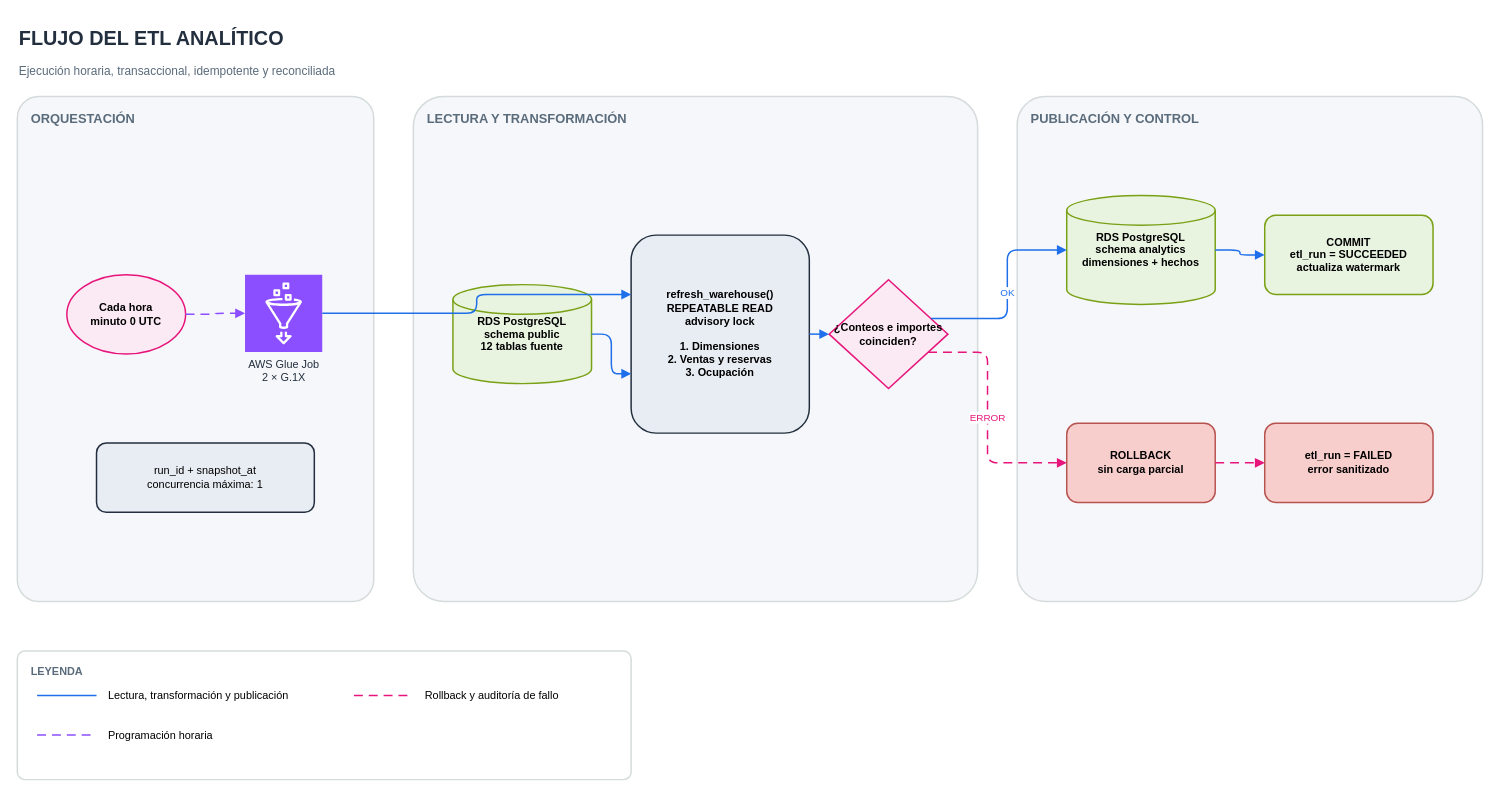
Earlier version of the draw.io diagram diagramas/flujo-etl.drawio (santiagogarzon-bld/bigdata-parcial-airline). Source tidied: cells renumbered, new cells numbered last; positions are measured from the earlier drawing's top-left corner, leaving out a move shared by most shapes. Both pictures are drawn from the tidied source at 99%, with x=0, y=0 at pixel (17, 17).
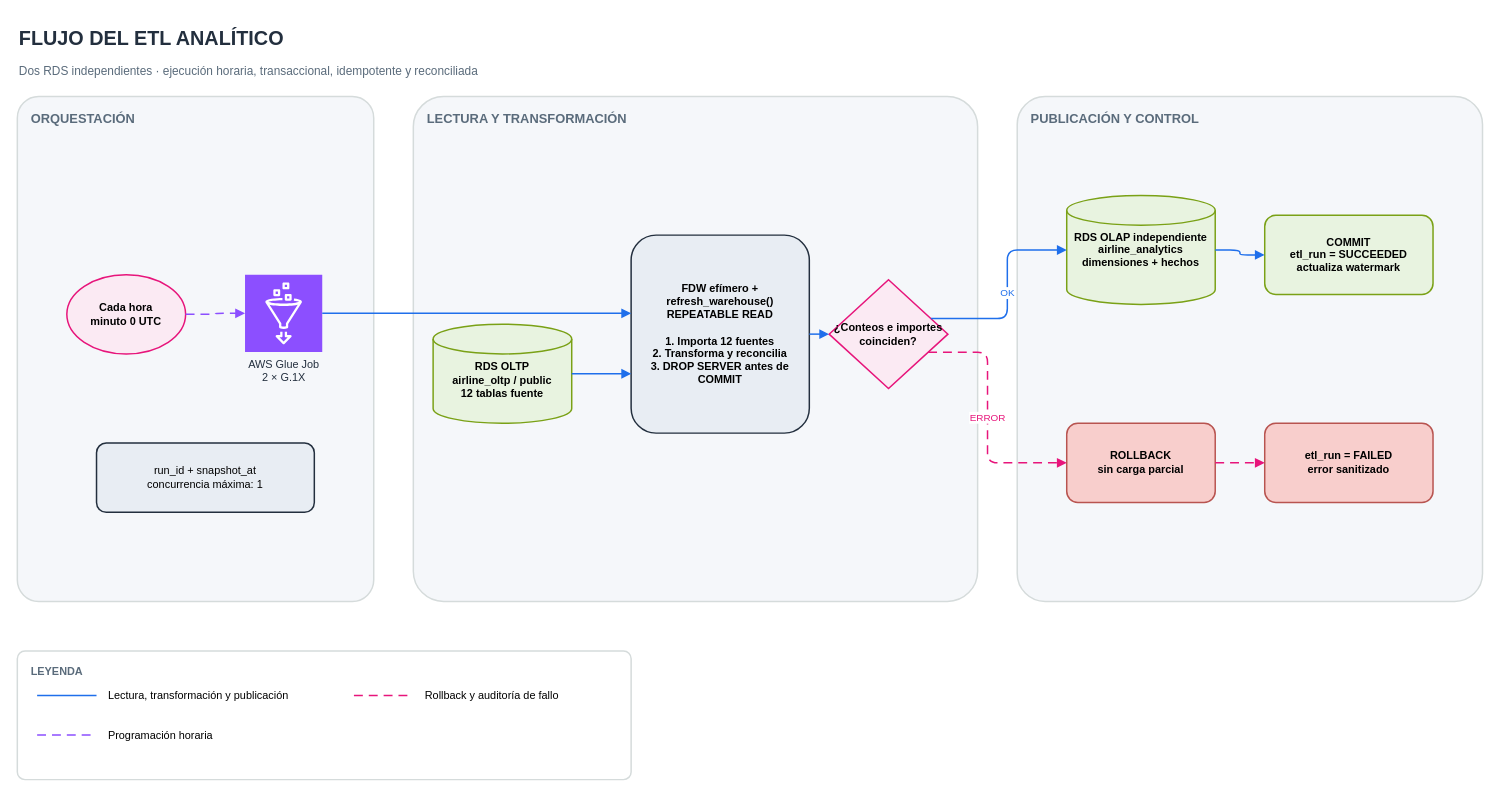
Above is the later version.

The change refers to these unchanged cells:
```xml
<mxCell id="6" value="AWS Glue Job&#10;2 × G.1X" style="sketch=0;points=[[0,0,0],[0.25,0,0],[0.5,0,0],[0.75,0,0],[1,0,0],[0,1,0],[0.25,1,0],[0.5,1,0],[0.75,1,0],[1,1,0],[0,0.25,0],[0,0.5,0],[0,0.75,0],[1,0.25,0],[1,0.5,0],[1,0.75,0]];outlineConnect=0;fontColor=#232F3E;fillColor=#8C4FFF;strokeColor=#ffffff;dashed=0;verticalLabelPosition=bottom;verticalAlign=top;align=center;html=1;fontFamily=Helvetica;fontSize=11;fontStyle=0;shape=mxgraph.aws4.resourceIcon;resIcon=mxgraph.aws4.glue;strokeWidth=1.5;" parent="4" vertex="1">
  <mxGeometry x="230" y="180" width="78" height="78" as="geometry" />
</mxCell>
<mxCell id="8" value="LECTURA Y TRANSFORMACIÓN" style="rounded=1;arcSize=6;whiteSpace=wrap;html=1;fillColor=#F5F7FA;strokeColor=#D5DBDB;verticalAlign=top;align=left;fontFamily=Helvetica;fontSize=13;fontStyle=1;fontColor=#5A6B7B;spacingLeft=12;spacingTop=8;strokeWidth=1.5;" parent="1" vertex="1">
  <mxGeometry x="400" y="80" width="570" height="510" as="geometry" />
</mxCell>
<mxCell id="12" value="PUBLICACIÓN Y CONTROL" style="rounded=1;arcSize=6;whiteSpace=wrap;html=1;fillColor=#F5F7FA;strokeColor=#D5DBDB;verticalAlign=top;align=left;fontFamily=Helvetica;fontSize=13;fontStyle=1;fontColor=#5A6B7B;spacingLeft=12;spacingTop=8;strokeWidth=1.5;" parent="1" vertex="1">
  <mxGeometry x="1010" y="80" width="470" height="510" as="geometry" />
</mxCell>
```

Change to the diagram source:
```diff
@@
-    <mxCell id="3" value="Ejecución horaria, transaccional, idempotente y reconciliada" style="text;html=1;align=left;verticalAlign=middle;fontFamily=Helvetica;fontSize=12;fontColor=#5A6B7B;strokeColor=none;fillColor=none;" parent="1" vertex="1">
+    <mxCell id="3" value="Dos RDS independientes · ejecución horaria, transaccional, idempotente y reconciliada" style="text;html=1;align=left;verticalAlign=middle;fontFamily=Helvetica;fontSize=12;fontColor=#5A6B7B;strokeColor=none;fillColor=none;" parent="1" vertex="1">
       <mxGeometry y="40" width="700" height="30" as="geometry" />
     </mxCell>
@@
-    <mxCell id="9" value="RDS PostgreSQL&#10;schema public&#10;12 tablas fuente" style="shape=cylinder3;whiteSpace=wrap;html=1;fillColor=#E8F3E0;strokeColor=#7AA116;fontFamily=Helvetica;fontSize=11;fontStyle=1;strokeWidth=1.5;" parent="8" vertex="1">
-      <mxGeometry x="40" y="190" width="140" height="100" as="geometry" />
+    <mxCell id="9" value="&lt;div&gt;&lt;br&gt;&lt;/div&gt;RDS OLTP&lt;br&gt;airline_oltp / public&lt;br&gt;12 tablas fuente" style="shape=cylinder3;whiteSpace=wrap;html=1;fillColor=#E8F3E0;strokeColor=#7AA116;fontFamily=Helvetica;fontSize=11;fontStyle=1;strokeWidth=1.5;" parent="8" vertex="1">
+      <mxGeometry x="20" y="230" width="140" height="100" as="geometry" />
     </mxCell>
-    <mxCell id="10" value="refresh_warehouse()&#10;REPEATABLE READ&#10;advisory lock&#10;&#10;1. Dimensiones&#10;2. Ventas y reservas&#10;3. Ocupación" style="rounded=1;arcSize=14;whiteSpace=wrap;html=1;fillColor=#E8EDF3;strokeColor=#232F3E;fontFamily=Helvetica;fontSize=11;fontStyle=1;strokeWidth=1.5;spacing=8;" parent="8" vertex="1">
+    <mxCell id="10" value="FDW efímero + refresh_warehouse()&#10;REPEATABLE READ&#10;&#10;1. Importa 12 fuentes&#10;2. Transforma y reconcilia&#10;3. DROP SERVER antes de COMMIT" style="rounded=1;arcSize=14;whiteSpace=wrap;html=1;fillColor=#E8EDF3;strokeColor=#232F3E;fontFamily=Helvetica;fontSize=11;fontStyle=1;strokeWidth=1.5;spacing=8;" parent="8" vertex="1">
       <mxGeometry x="220" y="140" width="180" height="200" as="geometry" />
     </mxCell>
@@
-    <mxCell id="13" value="RDS PostgreSQL&#10;schema analytics&#10;dimensiones + hechos" style="shape=cylinder3;whiteSpace=wrap;html=1;fillColor=#E8F3E0;strokeColor=#7AA116;fontFamily=Helvetica;fontSize=11;fontStyle=1;strokeWidth=1.5;" parent="12" vertex="1">
+    <mxCell id="13" value="RDS OLAP independiente&#10;airline_analytics&#10;dimensiones + hechos" style="shape=cylinder3;whiteSpace=wrap;html=1;fillColor=#E8F3E0;strokeColor=#7AA116;fontFamily=Helvetica;fontSize=11;fontStyle=1;strokeWidth=1.5;" parent="12" vertex="1">
       <mxGeometry x="50" y="100" width="150" height="110" as="geometry" />
     </mxCell>
@@
-    <mxCell id="18" style="edgeStyle=orthogonalEdgeStyle;rounded=1;jettySize=auto;html=1;endArrow=block;endFill=1;endSize=6;strokeColor=#1F6FEB;strokeWidth=1.5;exitX=1;exitY=0.5;entryX=0;entryY=0.3;" parent="1" edge="1" source="6" target="10">
-      <mxGeometry relative="1" as="geometry" />
+    <mxCell id="18" style="edgeStyle=orthogonalEdgeStyle;rounded=1;jettySize=auto;html=1;endArrow=block;endFill=1;endSize=6;strokeColor=#1F6FEB;strokeWidth=1.5;" parent="1" edge="1" source="6" target="10">
+      <mxGeometry relative="1" as="geometry">
+        <Array as="points">
+          <mxPoint x="540" y="299" />
+          <mxPoint x="540" y="299" />
+        </Array>
+      </mxGeometry>
     </mxCell>
```
